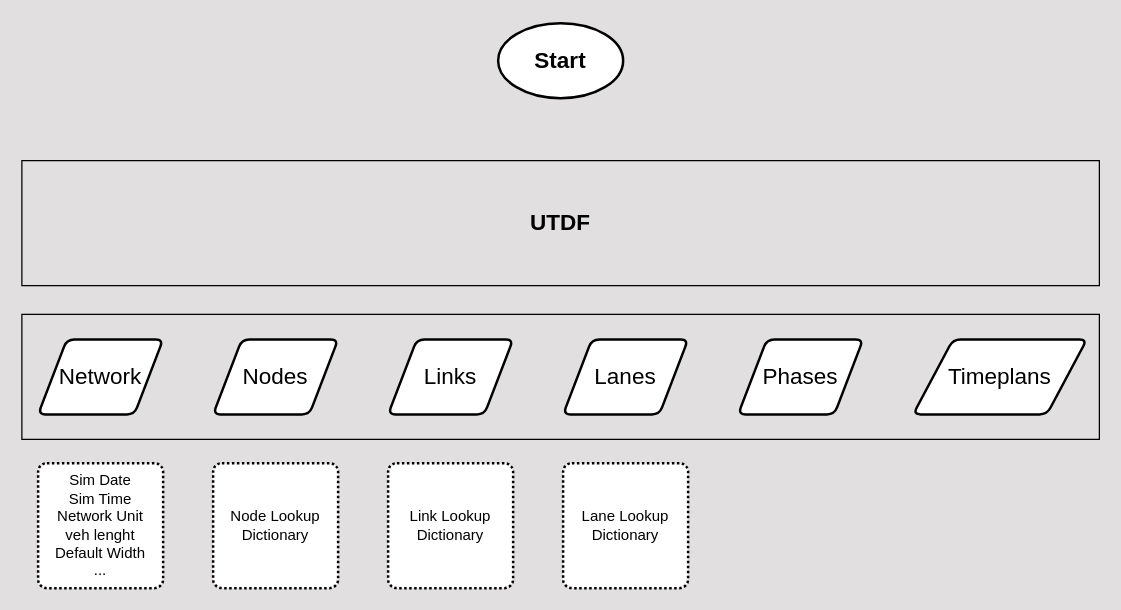
The draw.io diagram docs/image/sumo_design/generate_sumo_from_utdf.drawio in xyluo25/utdf2gmns, before the edit. Source tidied: cells renumbered, new cells numbered last; positions are measured from the earlier drawing's top-left corner, leaving out a move shared by most shapes. Both pictures are drawn from the tidied source at 125%, with x=0, y=0 at pixel (21, 22).
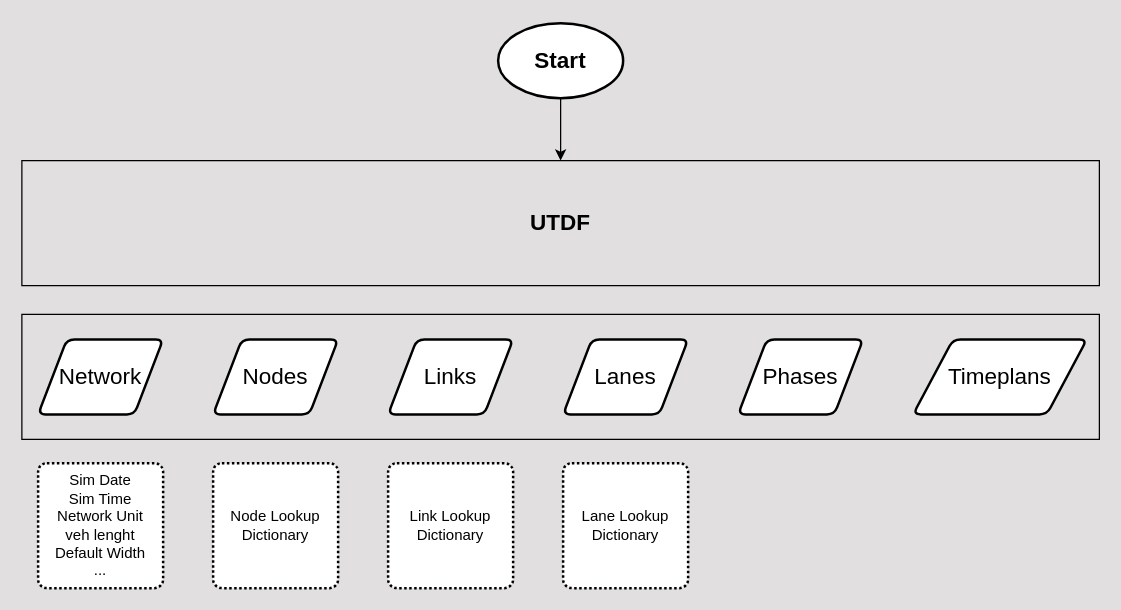
Above is the later version.

Diff of the diagram source:
```diff
@@
 <mxGraphModel background="light-dark(#e1dfdf, #121212)">
   <root>
     <mxCell id="0" />
     <mxCell id="1" parent="0" />
     <mxCell id="2" style="rounded=0;whiteSpace=wrap;html=1;fillColor=none;" parent="1" vertex="1">
       <mxGeometry y="233" width="862" height="100" as="geometry" />
     </mxCell>
     <mxCell id="3" value="&lt;font style=&quot;font-size: 18px;&quot;&gt;Nodes&lt;/font&gt;" style="shape=parallelogram;html=1;strokeWidth=2;perimeter=parallelogramPerimeter;whiteSpace=wrap;rounded=1;arcSize=12;size=0.23;" parent="1" vertex="1">
       <mxGeometry x="153" y="253" width="100" height="60" as="geometry" />
     </mxCell>
     <mxCell id="4" value="&lt;font style=&quot;font-size: 18px;&quot;&gt;Links&lt;/font&gt;" style="shape=parallelogram;html=1;strokeWidth=2;perimeter=parallelogramPerimeter;whiteSpace=wrap;rounded=1;arcSize=12;size=0.23;" parent="1" vertex="1">
       <mxGeometry x="293" y="253" width="100" height="60" as="geometry" />
     </mxCell>
     <mxCell id="5" value="&lt;font style=&quot;font-size: 18px;&quot;&gt;Lanes&lt;/font&gt;" style="shape=parallelogram;html=1;strokeWidth=2;perimeter=parallelogramPerimeter;whiteSpace=wrap;rounded=1;arcSize=12;size=0.23;" parent="1" vertex="1">
       <mxGeometry x="433" y="253" width="100" height="60" as="geometry" />
     </mxCell>
     <mxCell id="6" value="&lt;font style=&quot;font-size: 18px;&quot;&gt;Phases&lt;/font&gt;" style="shape=parallelogram;html=1;strokeWidth=2;perimeter=parallelogramPerimeter;whiteSpace=wrap;rounded=1;arcSize=12;size=0.23;" parent="1" vertex="1">
       <mxGeometry x="573" y="253" width="100" height="60" as="geometry" />
     </mxCell>
     <mxCell id="7" value="&lt;font style=&quot;font-size: 18px;&quot;&gt;Timeplans&lt;/font&gt;" style="shape=parallelogram;html=1;strokeWidth=2;perimeter=parallelogramPerimeter;whiteSpace=wrap;rounded=1;arcSize=12;size=0.23;" parent="1" vertex="1">
       <mxGeometry x="713" y="253" width="139" height="60" as="geometry" />
     </mxCell>
     <mxCell id="8" value="&lt;font style=&quot;font-size: 18px;&quot;&gt;Network&lt;/font&gt;" style="shape=parallelogram;html=1;strokeWidth=2;perimeter=parallelogramPerimeter;whiteSpace=wrap;rounded=1;arcSize=12;size=0.23;" parent="1" vertex="1">
       <mxGeometry x="13" y="253" width="100" height="60" as="geometry" />
     </mxCell>
     <mxCell id="9" value="Sim Date&lt;div&gt;Sim Time&lt;/div&gt;&lt;div&gt;Network Unit&lt;/div&gt;&lt;div&gt;veh lenght&lt;/div&gt;&lt;div&gt;Default Width&lt;/div&gt;&lt;div&gt;...&lt;/div&gt;" style="rounded=1;whiteSpace=wrap;html=1;absoluteArcSize=1;arcSize=14;strokeWidth=2;dashed=1;dashPattern=1 1;" parent="1" vertex="1">
       <mxGeometry x="13" y="352" width="100" height="100" as="geometry" />
     </mxCell>
     <mxCell id="10" value="Node Lookup Dictionary" style="rounded=1;whiteSpace=wrap;html=1;absoluteArcSize=1;arcSize=14;strokeWidth=2;dashed=1;dashPattern=1 1;" parent="1" vertex="1">
       <mxGeometry x="153" y="352" width="100" height="100" as="geometry" />
     </mxCell>
     <mxCell id="11" value="Link Lookup&lt;div&gt;Dictionary&lt;/div&gt;" style="rounded=1;whiteSpace=wrap;html=1;absoluteArcSize=1;arcSize=14;strokeWidth=2;dashed=1;dashPattern=1 1;" parent="1" vertex="1">
       <mxGeometry x="293" y="352" width="100" height="100" as="geometry" />
     </mxCell>
     <mxCell id="12" value="Lane Lookup&lt;div&gt;Dictionary&lt;/div&gt;" style="rounded=1;whiteSpace=wrap;html=1;absoluteArcSize=1;arcSize=14;strokeWidth=2;dashed=1;dashPattern=1 1;" parent="1" vertex="1">
       <mxGeometry x="433" y="352" width="100" height="100" as="geometry" />
     </mxCell>
     <mxCell id="13" value="&lt;font style=&quot;font-size: 18px;&quot;&gt;&lt;b&gt;UTDF&lt;/b&gt;&lt;/font&gt;" style="rounded=0;whiteSpace=wrap;html=1;fillColor=none;" parent="1" vertex="1">
       <mxGeometry y="110" width="862" height="100" as="geometry" />
     </mxCell>
+    <mxCell id="15" style="edgeStyle=none;html=1;exitX=0.5;exitY=1;exitDx=0;exitDy=0;exitPerimeter=0;entryX=0.5;entryY=0;entryDx=0;entryDy=0;flowAnimation=0;shadow=0;" parent="1" edge="1" source="14" target="13">
+      <mxGeometry relative="1" as="geometry" />
+    </mxCell>
     <mxCell id="14" value="&lt;font style=&quot;font-size: 18px;&quot;&gt;&lt;b&gt;Start&lt;/b&gt;&lt;/font&gt;" style="strokeWidth=2;html=1;shape=mxgraph.flowchart.start_1;whiteSpace=wrap;" parent="1" vertex="1">
       <mxGeometry x="381" width="100" height="60" as="geometry" />
     </mxCell>
   </root>
 </mxGraphModel>
```
